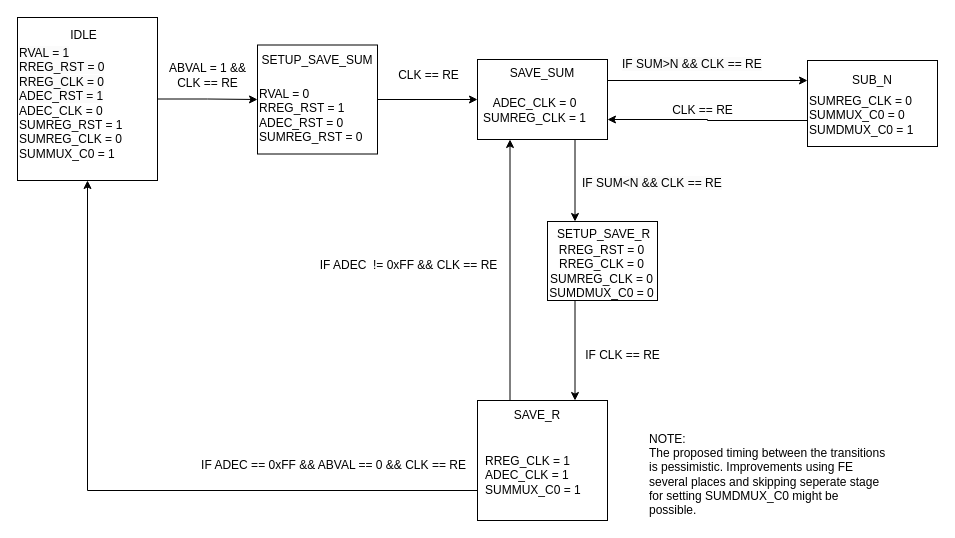
This is page "BLAKELEY_MODULE_CONTROL" (2 of 2) of Microarchitecture/ControlStateDiagrams/CtrlStateDiagrams.drawio from Heimvik/TFE4141, a draw.io file, before an edit. Source tidied: cells renumbered, new cells numbered last; positions are measured from the earlier drawing's top-left corner, leaving out a move shared by most shapes. Both pictures are drawn from the tidied source at 100%, with x=0, y=0 at pixel (17, 17).
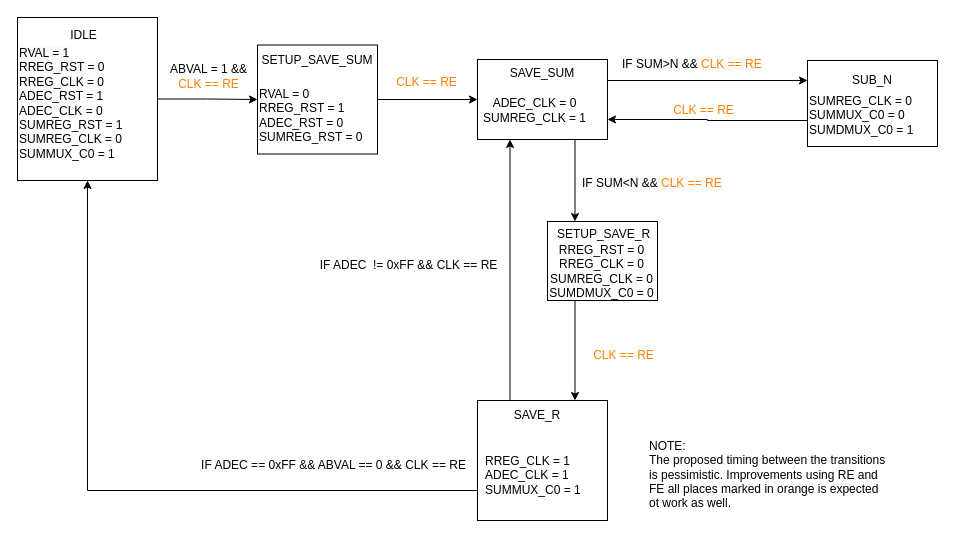
Above is the later version.

Change to the diagram source:
```diff
@@
-    <mxCell id="18" value="ABVAL = 1 &amp;amp;&amp;amp;&lt;br&gt;CLK == RE" style="text;html=1;align=center;verticalAlign=middle;strokeColor=none;fillColor=none;" parent="1" vertex="1">
-      <mxGeometry x="140" y="38" width="100" height="40" as="geometry" />
+    <mxCell id="18" value="ABVAL = 1 &amp;amp;&amp;amp;&lt;br&gt;&lt;font color=&quot;#ff8000&quot;&gt;CLK == RE&lt;/font&gt;" style="text;html=1;align=center;verticalAlign=middle;strokeColor=none;fillColor=none;" parent="1" vertex="1">
+      <mxGeometry x="143" y="38" width="95" height="41" as="geometry" />
     </mxCell>
-    <mxCell id="19" value="&lt;span style=&quot;color: rgb(0, 0, 0); font-family: Helvetica; font-size: 12px; font-style: normal; font-variant-ligatures: normal; font-variant-caps: normal; font-weight: 400; letter-spacing: normal; orphans: 2; text-align: center; text-indent: 0px; text-transform: none; widows: 2; word-spacing: 0px; -webkit-text-stroke-width: 0px; white-space: nowrap; background-color: rgb(251, 251, 251); text-decoration-thickness: initial; text-decoration-style: initial; text-decoration-color: initial; display: inline !important; float: none;&quot;&gt;IF SUM&amp;gt;N &amp;amp;&amp;amp; CLK == RE&lt;/span&gt;" style="text;whiteSpace=wrap;html=1;" parent="1" vertex="1">
+    <mxCell id="19" value="&lt;span style=&quot;color: rgb(0, 0, 0); font-family: Helvetica; font-size: 12px; font-style: normal; font-variant-ligatures: normal; font-variant-caps: normal; font-weight: 400; letter-spacing: normal; orphans: 2; text-align: center; text-indent: 0px; text-transform: none; widows: 2; word-spacing: 0px; -webkit-text-stroke-width: 0px; white-space: nowrap; background-color: rgb(251, 251, 251); text-decoration-thickness: initial; text-decoration-style: initial; text-decoration-color: initial; display: inline !important; float: none;&quot;&gt;IF SUM&amp;gt;N &amp;amp;&amp;amp; &lt;/span&gt;&lt;span style=&quot;font-family: Helvetica; font-size: 12px; font-style: normal; font-variant-ligatures: normal; font-variant-caps: normal; font-weight: 400; letter-spacing: normal; orphans: 2; text-align: center; text-indent: 0px; text-transform: none; widows: 2; word-spacing: 0px; -webkit-text-stroke-width: 0px; white-space: nowrap; background-color: rgb(251, 251, 251); text-decoration-thickness: initial; text-decoration-style: initial; text-decoration-color: initial; float: none; display: inline !important;&quot;&gt;&lt;font color=&quot;#ff8000&quot;&gt;CLK == RE&lt;/font&gt;&lt;/span&gt;" style="text;whiteSpace=wrap;html=1;" parent="1" vertex="1">
       <mxGeometry x="602.5" y="33" width="70" height="30" as="geometry" />
     </mxCell>
-    <mxCell id="20" value="CLK == RE" style="text;html=1;align=center;verticalAlign=middle;strokeColor=none;fillColor=none;" parent="1" vertex="1">
-      <mxGeometry x="645" y="78" width="80" height="30" as="geometry" />
+    <mxCell id="20" value="&lt;font color=&quot;#ff8000&quot;&gt;CLK == RE&lt;/font&gt;" style="text;html=1;align=center;verticalAlign=middle;strokeColor=none;fillColor=none;" parent="1" vertex="1">
+      <mxGeometry x="646" y="80" width="79" height="26" as="geometry" />
     </mxCell>
-    <mxCell id="21" value="&lt;span style=&quot;color: rgb(0, 0, 0); font-family: Helvetica; font-size: 12px; font-style: normal; font-variant-ligatures: normal; font-variant-caps: normal; font-weight: 400; letter-spacing: normal; orphans: 2; text-align: center; text-indent: 0px; text-transform: none; widows: 2; word-spacing: 0px; -webkit-text-stroke-width: 0px; white-space: nowrap; background-color: rgb(251, 251, 251); text-decoration-thickness: initial; text-decoration-style: initial; text-decoration-color: initial; display: inline !important; float: none;&quot;&gt;IF SUM&amp;lt;N &amp;amp;&amp;amp; CLK == RE&lt;/span&gt;" style="text;whiteSpace=wrap;html=1;" parent="1" vertex="1">
+    <mxCell id="21" value="&lt;span style=&quot;color: rgb(0, 0, 0); font-family: Helvetica; font-size: 12px; font-style: normal; font-variant-ligatures: normal; font-variant-caps: normal; font-weight: 400; letter-spacing: normal; orphans: 2; text-align: center; text-indent: 0px; text-transform: none; widows: 2; word-spacing: 0px; -webkit-text-stroke-width: 0px; white-space: nowrap; background-color: rgb(251, 251, 251); text-decoration-thickness: initial; text-decoration-style: initial; text-decoration-color: initial; display: inline !important; float: none;&quot;&gt;IF SUM&amp;lt;N &amp;amp;&amp;amp; &lt;/span&gt;&lt;span style=&quot;font-family: Helvetica; font-size: 12px; font-style: normal; font-variant-ligatures: normal; font-variant-caps: normal; font-weight: 400; letter-spacing: normal; orphans: 2; text-align: center; text-indent: 0px; text-transform: none; widows: 2; word-spacing: 0px; -webkit-text-stroke-width: 0px; white-space: nowrap; background-color: rgb(251, 251, 251); text-decoration-thickness: initial; text-decoration-style: initial; text-decoration-color: initial; float: none; display: inline !important;&quot;&gt;&lt;font color=&quot;#ff8000&quot;&gt;CLK == RE&lt;/font&gt;&lt;/span&gt;" style="text;whiteSpace=wrap;html=1;" parent="1" vertex="1">
       <mxGeometry x="563" y="152" width="145" height="30" as="geometry" />
     </mxCell>
@@
-    <mxCell id="28" value="CLK == RE" style="text;html=1;align=center;verticalAlign=middle;strokeColor=none;fillColor=none;" parent="1" vertex="1">
-      <mxGeometry x="371" y="45" width="79" height="26" as="geometry" />
+    <mxCell id="28" value="&lt;font color=&quot;#ff8000&quot;&gt;CLK == RE&lt;/font&gt;" style="text;html=1;align=center;verticalAlign=middle;strokeColor=none;fillColor=none;" parent="1" vertex="1">
+      <mxGeometry x="369" y="52" width="79" height="26" as="geometry" />
     </mxCell>
-    <mxCell id="29" value="&lt;br&gt;NOTE:&lt;br&gt;The proposed timing between the transitions is pessimistic. Improvements using FE several places and skipping seperate stage for setting SUMDMUX_C0 might be possible." style="text;html=1;align=left;verticalAlign=middle;whiteSpace=wrap;rounded=0;" parent="1" vertex="1">
+    <mxCell id="29" value="&lt;br&gt;NOTE:&lt;br&gt;The proposed timing between the transitions is pessimistic. Improvements using RE and FE all places marked in orange is expected ot work as well." style="text;html=1;align=left;verticalAlign=middle;whiteSpace=wrap;rounded=0;" parent="1" vertex="1">
       <mxGeometry x="630" y="435" width="240" height="30" as="geometry" />
     </mxCell>
@@
-    <mxCell id="33" value="IF CLK == RE" style="text;html=1;align=center;verticalAlign=middle;strokeColor=none;fillColor=none;" parent="1" vertex="1">
-      <mxGeometry x="555" y="323" width="100" height="30" as="geometry" />
+    <mxCell id="33" value="&lt;font color=&quot;#ff8000&quot;&gt;CLK == RE&lt;/font&gt;" style="text;html=1;align=center;verticalAlign=middle;strokeColor=none;fillColor=none;" parent="1" vertex="1">
+      <mxGeometry x="566" y="325" width="79" height="26" as="geometry" />
     </mxCell>
```
